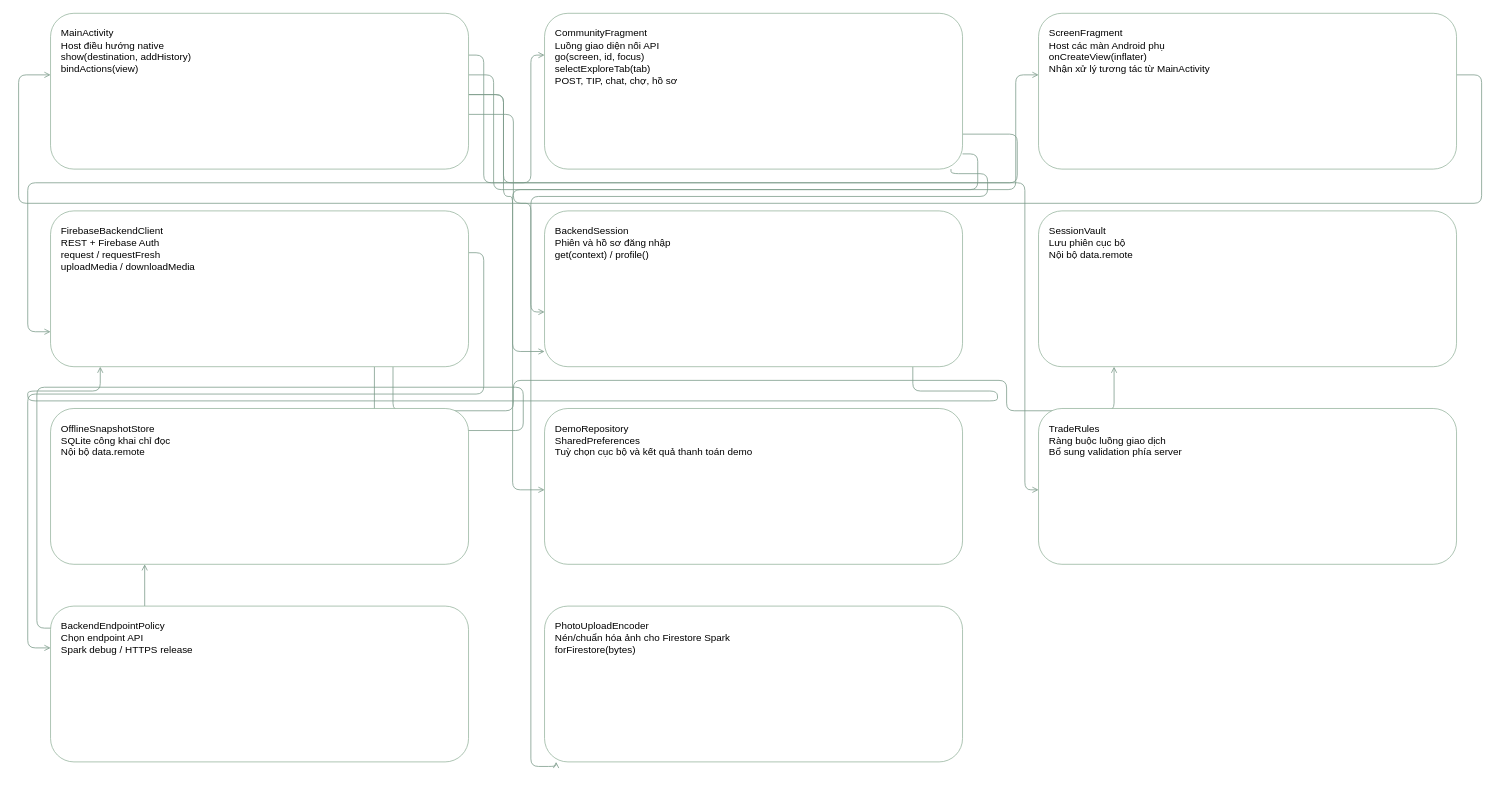
Above: Recycling Share App/diagrams-current/runtime-class-diagram.drawio in tuanHai-IT/DEV_MOBILE (draw.io), before the change. Source tidied: cells renumbered, new cells numbered last; positions are measured from the earlier drawing's top-left corner, leaving out a move shared by most shapes. Both pictures are drawn from the tidied source at 76%, with x=0, y=0 at pixel (18, 13).
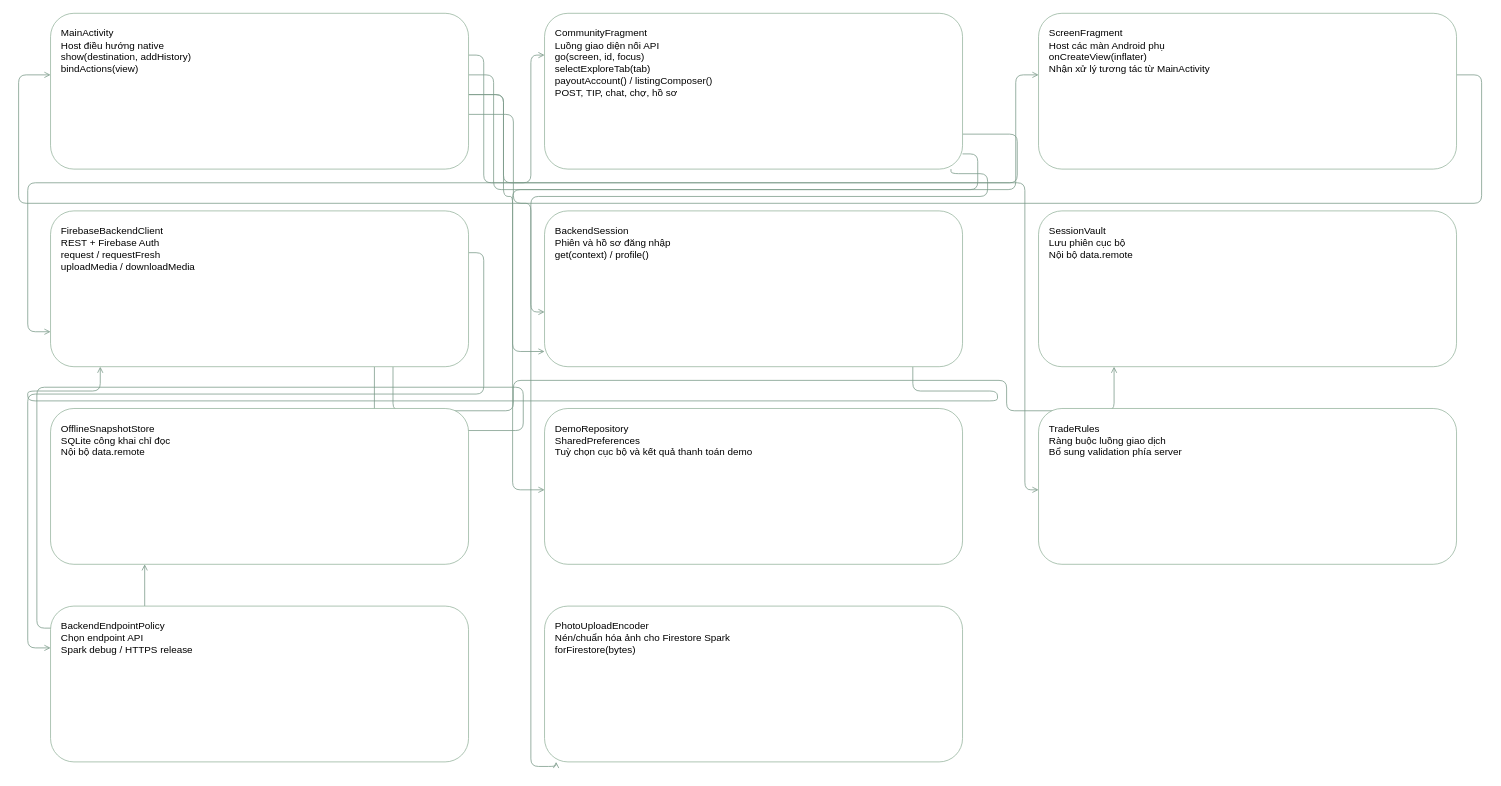
The same diagram, later.

Diff of the diagram source:
```diff
@@
-    <mxCell id="16" value="CommunityFragment&#10;Luồng giao diện nối API&#10;go(screen, id, focus)&#10;selectExploreTab(tab)&#10;POST, TIP, chat, chợ, hồ sơ" style="rounded=1;whiteSpace=wrap;html=0;align=left;verticalAlign=top;spacing=14;fontSize=13;fillColor=#ffffff;strokeColor=#94b39d;fontFamily=Arial;" parent="1" vertex="1">
+    <mxCell id="16" value="CommunityFragment&#10;Luồng giao diện nối API&#10;go(screen, id, focus)&#10;selectExploreTab(tab)&#10;payoutAccount() / listingComposer()&#10;POST, TIP, chat, chợ, hồ sơ" style="rounded=1;whiteSpace=wrap;html=0;align=left;verticalAlign=top;spacing=14;fontSize=13;fillColor=#ffffff;strokeColor=#94b39d;fontFamily=Arial;" parent="1" vertex="1">
       <mxGeometry x="692" width="550" height="205" as="geometry" />
     </mxCell>
```
